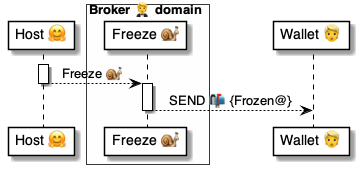
Before: 4 ⚙️ Solution/20 🧑‍🦰 UI/Brokers 🤵/🤵📨 Broker msgs/Chats 💬 Freeze 🤗🐌🤵/🤵 Freeze ⚙️ uml.png, a diagram exported from PlantUML (pollyweb-org/pollyweb-docs). Its source is kept beside it as 4 ⚙️ Solution/20 🧑‍🦰 UI/Brokers 🤵/🤵📨 Broker msgs/Chats 💬 Freeze 🤗🐌🤵/🤵 Freeze ⚙️ uml.puml. The source it was exported from:
```plantuml
@startuml Freeze@Broker

participant "Host 🤗" as host

box Broker 🤵 domain #FFFFFA
    participant "Freeze 🐌" as broker
end box

participant "Wallet 👱" as wallet


activate host
    host --> broker: Freeze 🐌
deactivate host

activate broker
    broker --> wallet: SEND 📬 {Frozen@}
deactivate broker



@enduml
```
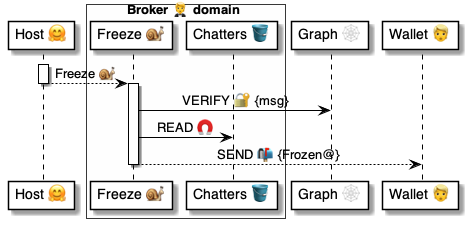
The same file after the commit.

Change to the diagram source:
```diff
@@ -1,11 +1,11 @@
 @startuml Freeze@Broker
 
 participant "Host 🤗" as host
-
 box Broker 🤵 domain #FFFFFA
     participant "Freeze 🐌" as broker
+    participant "Chatters 🪣" as chatters
 end box
-
+participant "Graph 🕸" as graph
 participant "Wallet 👱" as wallet
 
 
@@ -14,6 +14,8 @@
 deactivate host
 
 activate broker
+    broker -> graph: VERIFY 🔐 {msg}
+    broker -> chatters: READ 🧲
     broker --> wallet: SEND 📬 {Frozen@}
 deactivate broker
 
```
